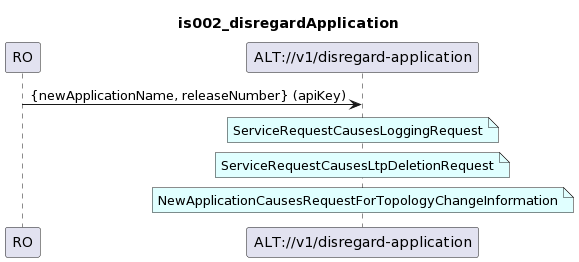
Earlier version of the PlantUML export spec/diagrams/ServiceView/is002_disregardApplication.png (openBackhaul/ApplicationLayerTopology). Its diagram source:
```plantuml
@startuml
skinparam responseMessageBelowArrow true

title
is002_disregardApplication
end title

participant "RO" as ro
participant "ALT://v1/disregard-application" as alt

ro -> alt : {newApplicationName, releaseNumber} (apiKey)

note over alt #LightCyan
ServiceRequestCausesLoggingRequest
end note

note over alt #LightCyan
ServiceRequestCausesLtpDeletionRequest
end note

note over alt #LightCyan
NewApplicationCausesRequestForTopologyChangeInformation
end note
@enduml
```
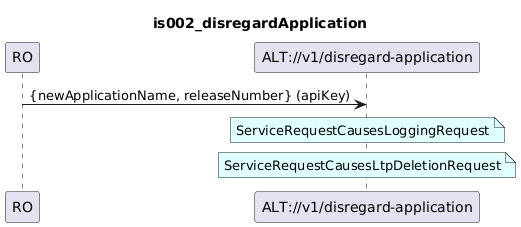
After the change.

Commit message:
Delete Callback from diagram (fixes #537)

What changed in the source:
```diff
@@ -17,8 +17,4 @@
 note over alt #LightCyan
 ServiceRequestCausesLtpDeletionRequest
 end note
-
-note over alt #LightCyan
-NewApplicationCausesRequestForTopologyChangeInformation
-end note
 @enduml
```
